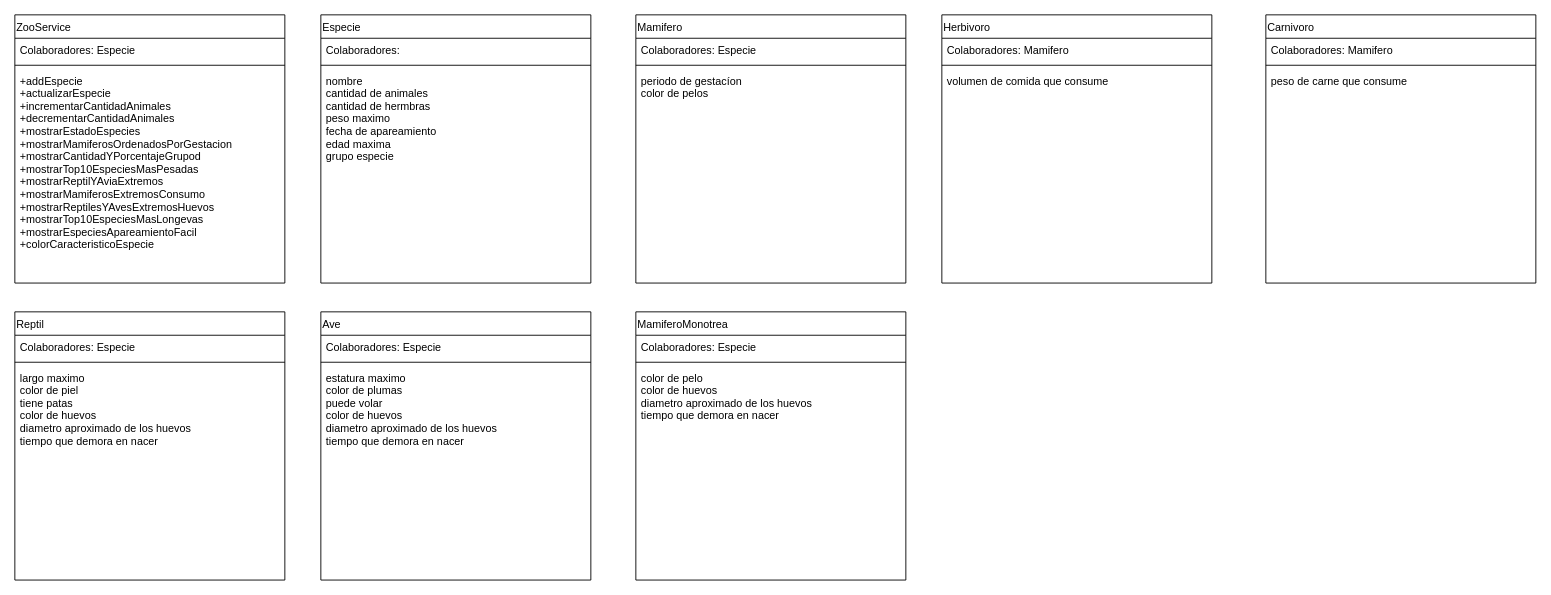
This is page "Página-2" (2 of 2) of UML.drawio from Spriggan03/Proyecto-CursoZoo-UML-y-CRC, a draw.io file, before an edit. Source tidied: cells renumbered, new cells numbered last; positions are measured from the earlier drawing's top-left corner, leaving out a move shared by most shapes. Both pictures are drawn from the tidied source at 90%, with x=0, y=0 at pixel (14, 14).
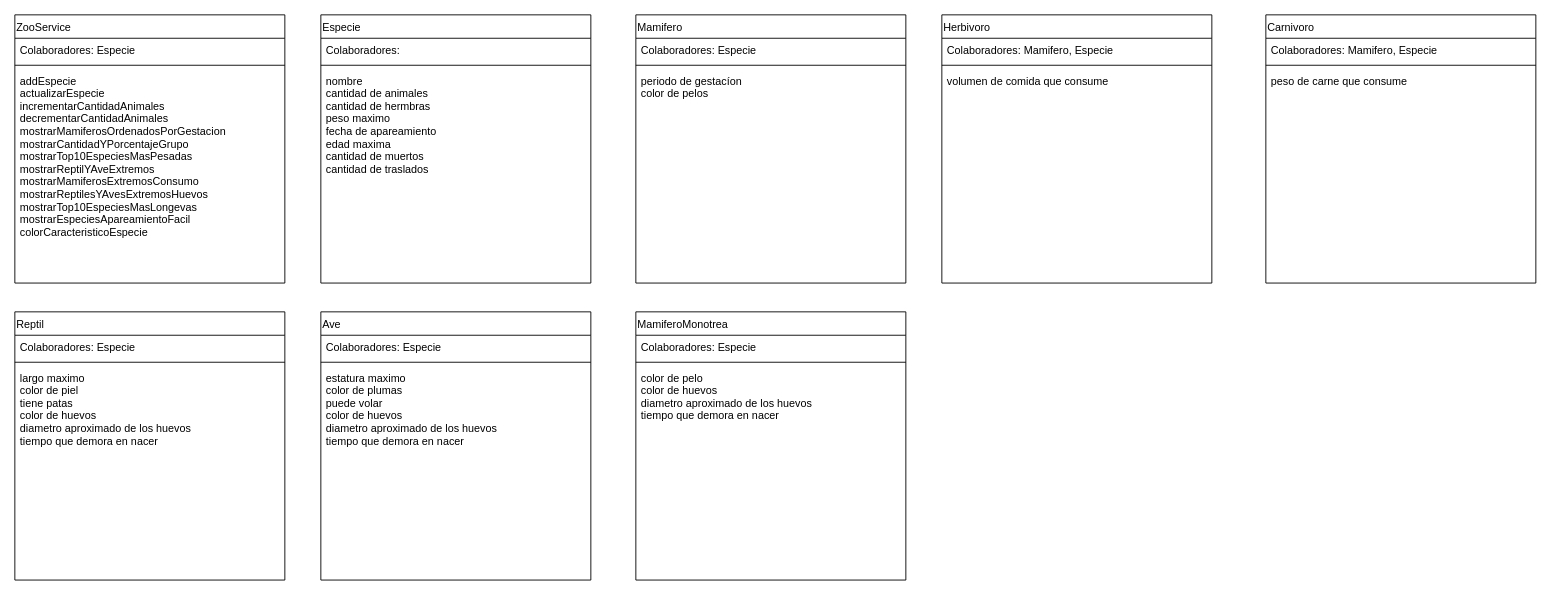
Above is the later version.

The change refers to these unchanged cells:
```xml
<mxCell id="2" value="ZooService" style="swimlane;fontStyle=0;horizontal=1;startSize=26;fillColor=none;align=left;" parent="1" vertex="1">
  <mxGeometry width="300" height="298" as="geometry" />
</mxCell>
<mxCell id="6" value="Especie" style="swimlane;fontStyle=0;horizontal=1;startSize=26;fillColor=none;align=left;" parent="1" vertex="1">
  <mxGeometry x="340" width="300" height="298" as="geometry" />
</mxCell>
<mxCell id="26" value="Herbivoro" style="swimlane;fontStyle=0;horizontal=1;startSize=26;fillColor=none;align=left;" parent="1" vertex="1">
  <mxGeometry x="1030" width="300" height="298" as="geometry" />
</mxCell>
<mxCell id="30" value="Carnivoro" style="swimlane;fontStyle=0;horizontal=1;startSize=26;fillColor=none;align=left;" parent="1" vertex="1">
  <mxGeometry x="1390" width="300" height="298" as="geometry" />
</mxCell>
```

The edit, as a diff of the source:
```diff
@@
-    <mxCell id="5" value="+addEspecie&#10;+actualizarEspecie&#10;+incrementarCantidadAnimales&#10;+decrementarCantidadAnimales&#10;+mostrarEstadoEspecies&#10;+mostrarMamiferosOrdenadosPorGestacion&#10;+mostrarCantidadYPorcentajeGrupod&#10;+mostrarTop10EspeciesMasPesadas&#10;+mostrarReptilYAviaExtremos&#10;+mostrarMamiferosExtremosConsumo&#10;+mostrarReptilesYAvesExtremosHuevos&#10;+mostrarTop10EspeciesMasLongevas&#10;+mostrarEspeciesApareamientoFacil&#10;+colorCaracteristicoEspecie" style="text;strokeColor=none;fillColor=none;align=left;verticalAlign=top;spacingLeft=4;spacingRight=4;overflow=hidden;" parent="2" vertex="1">
+    <mxCell id="5" value="addEspecie&#10;actualizarEspecie&#10;incrementarCantidadAnimales&#10;decrementarCantidadAnimales&#10;mostrarMamiferosOrdenadosPorGestacion&#10;mostrarCantidadYPorcentajeGrupo&#10;mostrarTop10EspeciesMasPesadas&#10;mostrarReptilYAveExtremos&#10;mostrarMamiferosExtremosConsumo&#10;mostrarReptilesYAvesExtremosHuevos&#10;mostrarTop10EspeciesMasLongevas&#10;mostrarEspeciesApareamientoFacil&#10;colorCaracteristicoEspecie" style="text;strokeColor=none;fillColor=none;align=left;verticalAlign=top;spacingLeft=4;spacingRight=4;overflow=hidden;" parent="2" vertex="1">
       <mxGeometry y="60" width="300" height="238" as="geometry" />
     </mxCell>
@@
-    <mxCell id="9" value="nombre&#10;cantidad de animales &#10;cantidad de hermbras&#10;peso maximo&#10;fecha de apareamiento&#10;edad maxima&#10;grupo especie&#10;" style="text;strokeColor=none;fillColor=none;align=left;verticalAlign=top;spacingLeft=4;spacingRight=4;overflow=hidden;" parent="6" vertex="1">
+    <mxCell id="9" value="nombre&#10;cantidad de animales &#10;cantidad de hermbras&#10;peso maximo&#10;fecha de apareamiento&#10;edad maxima&#10;cantidad de muertos&#10;cantidad de traslados&#10;" style="text;strokeColor=none;fillColor=none;align=left;verticalAlign=top;spacingLeft=4;spacingRight=4;overflow=hidden;" parent="6" vertex="1">
       <mxGeometry y="60" width="300" height="238" as="geometry" />
     </mxCell>
@@
-    <mxCell id="27" value="Colaboradores: Mamifero " style="text;strokeColor=none;fillColor=none;align=left;verticalAlign=top;spacingLeft=4;spacingRight=4;overflow=hidden;" parent="26" vertex="1">
+    <mxCell id="27" value="Colaboradores: Mamifero, Especie " style="text;strokeColor=none;fillColor=none;align=left;verticalAlign=top;spacingLeft=4;spacingRight=4;overflow=hidden;" parent="26" vertex="1">
       <mxGeometry y="26" width="300" height="26" as="geometry" />
     </mxCell>
@@
-    <mxCell id="31" value="Colaboradores: Mamifero " style="text;strokeColor=none;fillColor=none;align=left;verticalAlign=top;spacingLeft=4;spacingRight=4;overflow=hidden;" parent="30" vertex="1">
+    <mxCell id="31" value="Colaboradores: Mamifero, Especie " style="text;strokeColor=none;fillColor=none;align=left;verticalAlign=top;spacingLeft=4;spacingRight=4;overflow=hidden;" parent="30" vertex="1">
       <mxGeometry y="26" width="300" height="26" as="geometry" />
     </mxCell>
```
